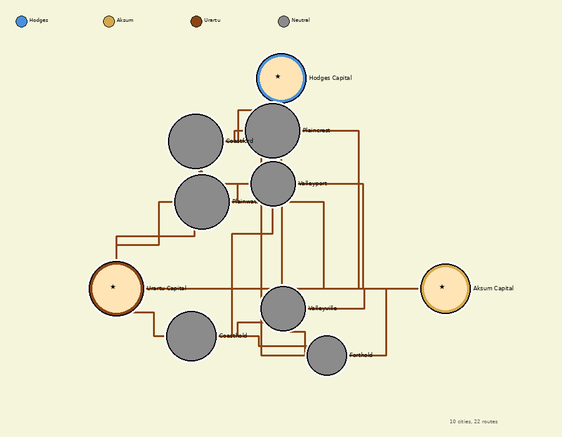
The Graphviz diagram world/map/world-map.png in DylanZ34/World-Sim, before a commit. Its source is kept beside it as world/map/world-map.dot.
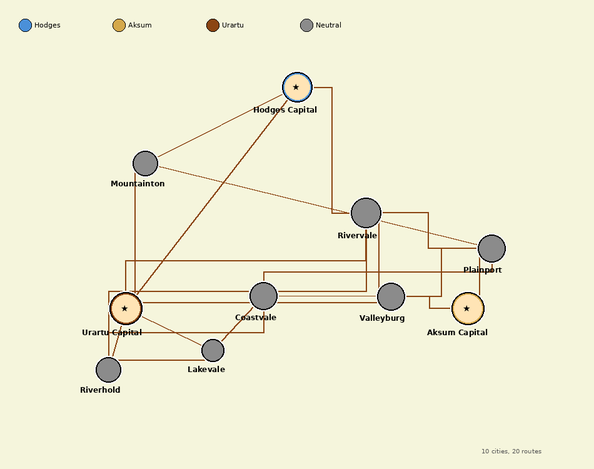
The same file after the commit.

What changed in the source:
```diff
@@ -4,37 +4,35 @@
   splines=true;
 
   node [shape=circle, style=filled, fontname="Arial"];
-  "city_0" [label="Hodges Capital\n(5/3)", fillcolor="#4A90D9", width=45, fontsize=10];
-  "city_1" [label="Aksum Capital\n(5/5)", fillcolor="#D4A84B", width=45, fontsize=10];
-  "city_2" [label="Urartu Capital\n(6/6)", fillcolor="#8B4513", width=45, fontsize=10];
-  "city_3" [label="Valleyville\n(4/4)", fillcolor="#CCCCCC", width=30, fontsize=10];
-  "city_4" [label="Plaincrest\n(6/1)", fillcolor="#CCCCCC", width=30, fontsize=10];
-  "city_5" [label="Forthold\n(3/2)", fillcolor="#CCCCCC", width=30, fontsize=10];
-  "city_6" [label="Plainwatch\n(6/4)", fillcolor="#CCCCCC", width=30, fontsize=10];
-  "city_7" [label="Valleyport\n(4/1)", fillcolor="#CCCCCC", width=30, fontsize=10];
-  "city_8" [label="Coasthold\n(5/4)", fillcolor="#CCCCCC", width=30, fontsize=10];
-  "city_9" [label="Coastford\n(6/3)", fillcolor="#CCCCCC", width=30, fontsize=10];
+  "city_0" [label="Hodges Capital\n(6/3)", fillcolor="#4A90D9", width=45, fontsize=10];
+  "city_1" [label="Aksum Capital\n(7/5)", fillcolor="#D4A84B", width=45, fontsize=10];
+  "city_2" [label="Urartu Capital\n(7/6)", fillcolor="#8B4513", width=45, fontsize=10];
+  "city_3" [label="Plainport\n(5/4)", fillcolor="#CCCCCC", width=30, fontsize=10];
+  "city_4" [label="Rivervale\n(6/4)", fillcolor="#CCCCCC", width=30, fontsize=10];
+  "city_5" [label="Mountainton\n(4/3)", fillcolor="#CCCCCC", width=30, fontsize=10];
+  "city_6" [label="Valleyburg\n(5/4)", fillcolor="#CCCCCC", width=30, fontsize=10];
+  "city_7" [label="Coastvale\n(5/2)", fillcolor="#CCCCCC", width=30, fontsize=10];
+  "city_8" [label="Lakevale\n(3/1)", fillcolor="#CCCCCC", width=30, fontsize=10];
+  "city_9" [label="Riverhold\n(4/2)", fillcolor="#CCCCCC", width=30, fontsize=10];
 
   "city_0" -- "city_4" [len=2];
-  "city_0" -- "city_9" [len=2];
-  "city_1" -- "city_5" [len=2];
+  "city_0" -- "city_5" [len=2];
+  "city_1" -- "city_6" [len=2];
   "city_1" -- "city_3" [len=2];
+  "city_2" -- "city_9" [len=2];
   "city_2" -- "city_8" [len=2];
+  "city_3" -- "city_6" [len=2];
+  "city_4" -- "city_6" [len=2];
+  "city_3" -- "city_4" [len=2];
+  "city_2" -- "city_5" [len=2];
+  "city_7" -- "city_8" [len=2];
+  "city_6" -- "city_7" [len=2];
+  "city_8" -- "city_9" [len=2];
+  "city_0" -- "city_2" [len=2];
   "city_2" -- "city_6" [len=2];
   "city_3" -- "city_5" [len=2];
-  "city_3" -- "city_8" [len=2];
-  "city_4" -- "city_7" [len=2];
-  "city_5" -- "city_8" [len=2];
-  "city_6" -- "city_7" [len=2];
-  "city_6" -- "city_9" [len=2];
   "city_4" -- "city_9" [len=2];
-  "city_0" -- "city_7" [len=2];
-  "city_0" -- "city_3" [len=2];
-  "city_0" -- "city_1" [len=2];
-  "city_1" -- "city_6" [len=2];
-  "city_1" -- "city_4" [len=2];
-  "city_1" -- "city_2" [len=2];
-  "city_2" -- "city_7" [len=2];
-  "city_4" -- "city_8" [len=2];
-  "city_5" -- "city_9" [len=2];
+  "city_2" -- "city_4" [len=2];
+  "city_7" -- "city_9" [len=2];
+  "city_3" -- "city_7" [len=2];
 }
```
